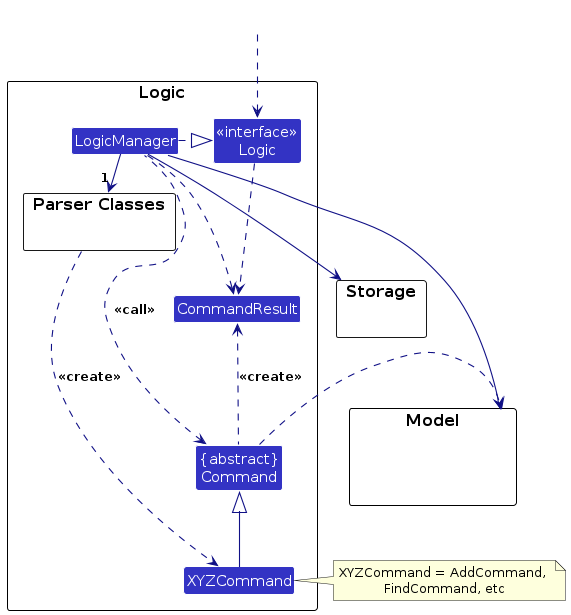
The PlantUML diagram diagrams/LogicClassDiagram.png in AY2627S1-CS2103T-T15-3/tp, before a commit. Its source is kept beside it as diagrams/LogicClassDiagram.puml. Source of this version:
```plantuml
@startuml
!include style.puml
skinparam arrowThickness 1.1
skinparam arrowColor LOGIC_COLOR_T4
skinparam classBackgroundColor LOGIC_COLOR

package Logic as LogicPackage {

package "Parser Classes" as ParserClasses{
}
Class XYZCommand
Class CommandResult
Class "{abstract}\nCommand" as Command


Class "<<interface>>\nLogic" as Logic
Class LogicManager
}

package Model {
Class HiddenModel #FFFFFF
}

package Storage {
}

Class HiddenOutside #FFFFFF
HiddenOutside ..> Logic

LogicManager .right.|> Logic
LogicManager -right->"1" ParserClasses
ParserClasses ..> XYZCommand : <<create>>

XYZCommand -up-|> Command
LogicManager .left.> Command : <<call>>

LogicManager --> Model
LogicManager --> Storage
Storage --[hidden] Model
Command .[hidden]up.> Storage
Command .right.> Model
note right of XYZCommand: XYZCommand = AddCommand, \nFindCommand, etc

Logic ..> CommandResult
LogicManager .down.> CommandResult
Command .up.> CommandResult : <<create>>
@enduml
```
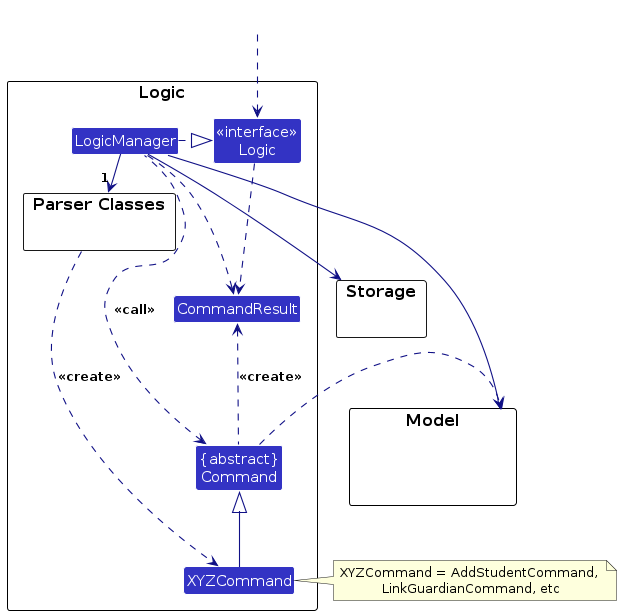
Later version of the same file.

Diff of the diagram source:
```diff
@@ -39,7 +39,7 @@
 Storage --[hidden] Model
 Command .[hidden]up.> Storage
 Command .right.> Model
-note right of XYZCommand: XYZCommand = AddCommand, \nFindCommand, etc
+note right of XYZCommand: XYZCommand = AddStudentCommand, \nLinkGuardianCommand, etc
 
 Logic ..> CommandResult
 LogicManager .down.> CommandResult
```
